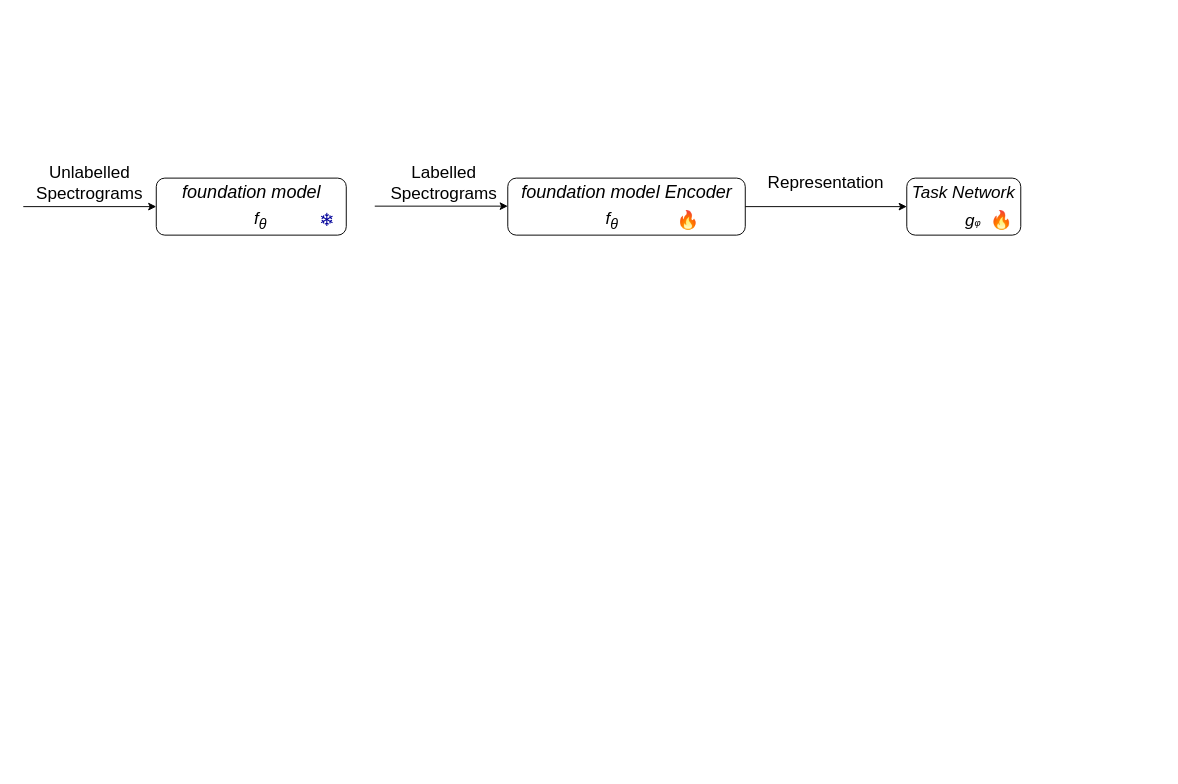
Earlier version of the draw.io diagram luncancer_genneral.drawio (lhwjsj/Diagram). Source tidied: cells renumbered, new cells numbered last; positions are measured from the earlier drawing's top-left corner, leaving out a move shared by most shapes. Both pictures are drawn from the tidied source at 95%, with x=0, y=0 at pixel (23, 168).
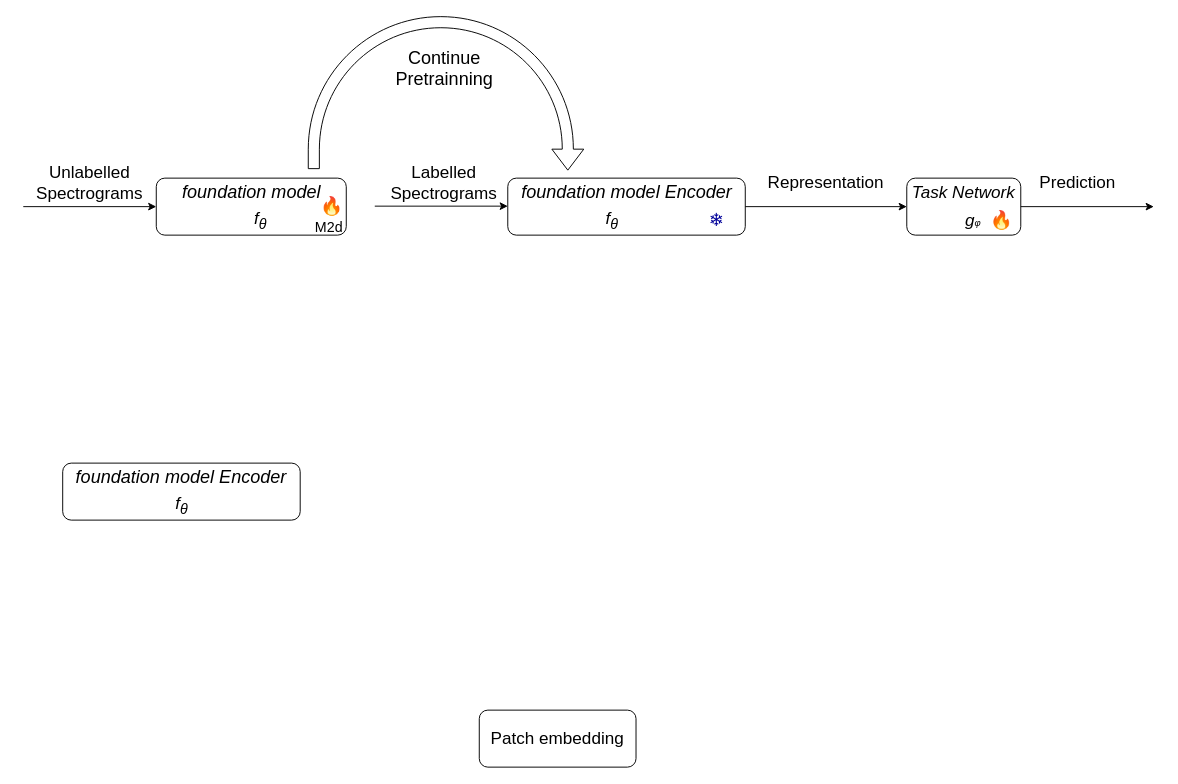
The same diagram, later.

What changed in the source:
```diff
@@
-    <mxCell id="6" value="&lt;span style=&quot;color: rgb(0, 0, 153);&quot;&gt;&lt;font style=&quot;font-size: 19px;&quot;&gt;❄&lt;/font&gt;&lt;/span&gt;" style="text;html=1;whiteSpace=wrap;strokeColor=none;fillColor=none;align=center;verticalAlign=middle;rounded=0;" parent="1" vertex="1">
-      <mxGeometry x="290" y="40" width="60" height="30" as="geometry" />
-    </mxCell>
@@
     <mxCell id="11" value="&lt;font style=&quot;font-size: 19px;&quot;&gt;🔥&lt;/font&gt;" style="text;html=1;whiteSpace=wrap;strokeColor=none;fillColor=none;align=center;verticalAlign=middle;rounded=0;" parent="1" vertex="1">
-      <mxGeometry x="670" y="40" width="60" height="30" as="geometry" />
+      <mxGeometry x="294.5" y="25" width="60" height="30" as="geometry" />
     </mxCell>
@@
+    <mxCell id="20" value="&lt;font style=&quot;font-size: 15px;&quot;&gt;M2d&lt;/font&gt;" style="text;html=1;whiteSpace=wrap;strokeColor=none;fillColor=none;align=center;verticalAlign=middle;rounded=0;" parent="1" vertex="1">
+      <mxGeometry x="291.5" y="46" width="60" height="30" as="geometry" />
+    </mxCell>
+    <mxCell id="21" style="html=1;shadow=0;dashed=0;align=center;verticalAlign=middle;shape=mxgraph.arrows2.uTurnArrow;dy=5.84;arrowHead=33.58;dx2=22.08;rotation=90;" parent="1" vertex="1">
+      <mxGeometry x="365" y="-225" width="160" height="290" as="geometry" />
+    </mxCell>
+    <mxCell id="22" value="&lt;font style=&quot;font-size: 19px;&quot;&gt;Continue Pretrainning&lt;/font&gt;" style="text;html=1;whiteSpace=wrap;strokeColor=none;fillColor=none;align=center;verticalAlign=middle;rounded=0;" parent="1" vertex="1">
+      <mxGeometry x="354.5" y="-120" width="177" height="30" as="geometry" />
+    </mxCell>
+    <mxCell id="6" value="&lt;span style=&quot;color: rgb(0, 0, 153);&quot;&gt;&lt;font style=&quot;font-size: 19px;&quot;&gt;❄&lt;/font&gt;&lt;/span&gt;" style="text;html=1;whiteSpace=wrap;strokeColor=none;fillColor=none;align=center;verticalAlign=middle;rounded=0;" parent="1" vertex="1">
+      <mxGeometry x="700" y="40" width="60" height="30" as="geometry" />
+    </mxCell>
+    <mxCell id="23" style="endArrow=classic;html=1;rounded=0;entryX=0;entryY=0.5;entryDx=0;entryDy=0;" parent="1" edge="1">
+      <mxGeometry relative="1" as="geometry">
+        <mxPoint x="1050" y="40" as="sourcePoint" />
+        <mxPoint x="1190" y="40" as="targetPoint" />
+      </mxGeometry>
+    </mxCell>
+    <mxCell id="24" value="&lt;font style=&quot;font-size: 18px;&quot;&gt;Prediction&lt;/font&gt;" style="text;html=1;whiteSpace=wrap;strokeColor=none;fillColor=none;align=center;verticalAlign=middle;rounded=0;" parent="1" vertex="1">
+      <mxGeometry x="1080" width="60" height="30" as="geometry" />
+    </mxCell>
+    <mxCell id="25" style="rounded=1;whiteSpace=wrap;html=1;roundedPerimeter=1;" parent="1" vertex="1">
+      <mxGeometry x="41.5" y="310" width="250" height="60" as="geometry" />
+    </mxCell>
+    <mxCell id="26" value="&lt;i&gt;&lt;font style=&quot;font-size: 19px;&quot;&gt;foundation model Encoder&lt;/font&gt;&lt;/i&gt;" style="text;html=1;whiteSpace=wrap;strokeColor=none;fillColor=none;align=center;verticalAlign=middle;rounded=0;" parent="1" vertex="1">
+      <mxGeometry x="50.2" y="310" width="232.5" height="30" as="geometry" />
+    </mxCell>
+    <mxCell id="27" value="&lt;i&gt;&lt;font style=&quot;font-size: 18px;&quot;&gt;f&lt;sub&gt;θ&lt;/sub&gt;&lt;/font&gt;&lt;/i&gt;" style="text;html=1;whiteSpace=wrap;strokeColor=none;fillColor=none;align=center;verticalAlign=middle;rounded=0;" parent="1" vertex="1">
+      <mxGeometry x="136.5" y="340" width="60" height="30" as="geometry" />
+    </mxCell>
+    <mxCell id="28" value="&lt;font style=&quot;font-size: 18px;&quot;&gt;Patch embedding&lt;/font&gt;" style="rounded=1;whiteSpace=wrap;html=1;roundedPerimeter=1;" parent="1" vertex="1">
+      <mxGeometry x="480" y="570" width="165" height="60" as="geometry" />
+    </mxCell>
```
